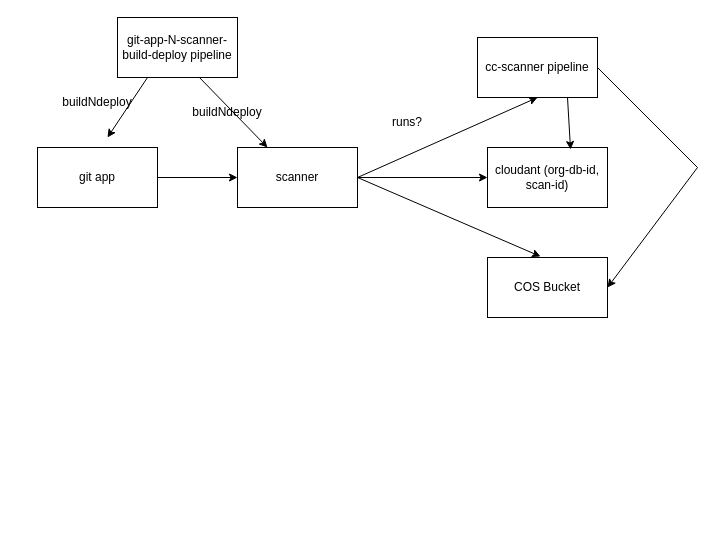
Before: Untitled Diagram.drawio in pandu-test-org/pandu-test-repo, a draw.io diagram. Source tidied: cells renumbered, new cells numbered last; positions are measured from the earlier drawing's top-left corner, leaving out a move shared by most shapes. Both pictures are drawn from the tidied source at 100%, with x=0, y=0 at pixel (37, 17).
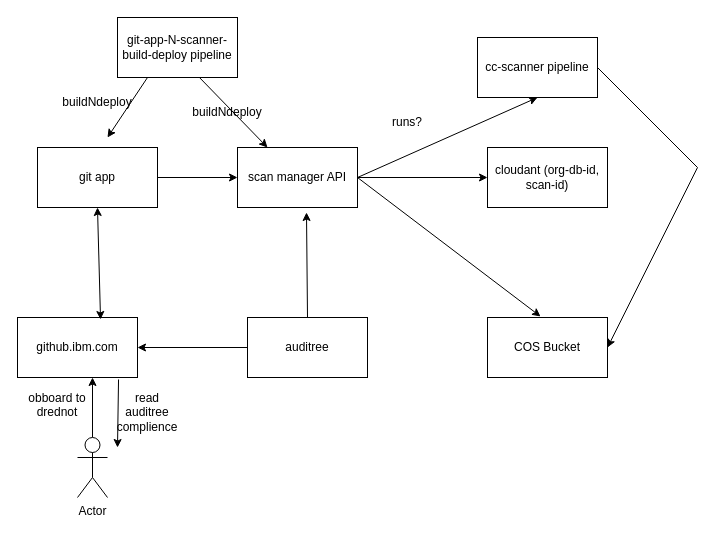
After the change.

Unchanged cells that the change refers to:
```xml
<mxCell id="2" value="git app" style="whiteSpace=wrap;html=1;" parent="1" vertex="1">
  <mxGeometry y="130" width="120" height="60" as="geometry" />
</mxCell>
<mxCell id="4" value="cc-scanner pipeline" style="whiteSpace=wrap;html=1;" parent="1" vertex="1">
  <mxGeometry x="440" y="20" width="120" height="60" as="geometry" />
</mxCell>
<mxCell id="6" value="cloudant (org-db-id, scan-id)" style="whiteSpace=wrap;html=1;" parent="1" vertex="1">
  <mxGeometry x="450" y="130" width="120" height="60" as="geometry" />
</mxCell>
```

Change to the diagram source:
```diff
@@
-    <mxCell id="3" value="scanner" style="whiteSpace=wrap;html=1;" parent="1" vertex="1">
+    <mxCell id="3" value="scan manager API" style="whiteSpace=wrap;html=1;" parent="1" vertex="1">
       <mxGeometry x="200" y="130" width="120" height="60" as="geometry" />
     </mxCell>
@@
     <mxCell id="9" value="COS Bucket" style="whiteSpace=wrap;html=1;" parent="1" vertex="1">
-      <mxGeometry x="450" y="240" width="120" height="60" as="geometry" />
+      <mxGeometry x="450" y="300" width="120" height="60" as="geometry" />
     </mxCell>
@@
-    <mxCell id="18" style="endArrow=classic;html=1;rounded=0;exitX=0.75;exitY=1;exitDx=0;exitDy=0;entryX=0.692;entryY=0.033;entryDx=0;entryDy=0;entryPerimeter=0;" parent="1" edge="1" source="4" target="6">
-      <mxGeometry relative="1" as="geometry" />
-    </mxCell>
@@
+    <mxCell id="20" value="auditree" style="rounded=0;whiteSpace=wrap;html=1;" parent="1" vertex="1">
+      <mxGeometry x="210" y="300" width="120" height="60" as="geometry" />
+    </mxCell>
+    <mxCell id="21" style="endArrow=classic;html=1;rounded=0;exitX=0.5;exitY=0;exitDx=0;exitDy=0;entryX=0.575;entryY=1.083;entryDx=0;entryDy=0;entryPerimeter=0;" parent="1" edge="1" source="20" target="3">
+      <mxGeometry relative="1" as="geometry" />
+    </mxCell>
+    <mxCell id="22" value="&lt;div&gt;github.ibm.com&lt;/div&gt;" style="rounded=0;whiteSpace=wrap;html=1;" parent="1" vertex="1">
+      <mxGeometry x="-20" y="300" width="120" height="60" as="geometry" />
+    </mxCell>
+    <mxCell id="23" style="endArrow=classic;startArrow=classic;html=1;rounded=0;entryX=0.5;entryY=1;entryDx=0;entryDy=0;exitX=0.692;exitY=0.033;exitDx=0;exitDy=0;exitPerimeter=0;" parent="1" edge="1" source="22" target="2">
+      <mxGeometry relative="1" as="geometry" />
+    </mxCell>
+    <mxCell id="24" style="edgeStyle=orthogonalEdgeStyle;rounded=0;jettySize=auto;html=1;" parent="1" edge="1" source="25">
+      <mxGeometry relative="1" as="geometry">
+        <mxPoint x="55" y="360" as="targetPoint" />
+      </mxGeometry>
+    </mxCell>
+    <mxCell id="25" value="Actor" style="shape=umlActor;verticalLabelPosition=bottom;verticalAlign=top;html=1;" parent="1" vertex="1">
+      <mxGeometry x="40" y="420" width="30" height="60" as="geometry" />
+    </mxCell>
+    <mxCell id="26" style="endArrow=classic;html=1;rounded=0;exitX=0;exitY=0.5;exitDx=0;exitDy=0;entryX=1;entryY=0.5;entryDx=0;entryDy=0;" parent="1" edge="1" source="20" target="22">
+      <mxGeometry relative="1" as="geometry" />
+    </mxCell>
+    <mxCell id="27" value="&lt;div&gt;obboard to drednot&lt;/div&gt;&lt;div&gt;&lt;br&gt;&lt;/div&gt;" style="text;html=1;strokeColor=none;fillColor=none;align=center;verticalAlign=middle;whiteSpace=wrap;rounded=0;" parent="1" vertex="1">
+      <mxGeometry x="-10" y="380" width="60" height="30" as="geometry" />
+    </mxCell>
+    <mxCell id="28" style="endArrow=classic;html=1;rounded=0;exitX=0.842;exitY=1.033;exitDx=0;exitDy=0;exitPerimeter=0;" parent="1" edge="1" source="22">
+      <mxGeometry relative="1" as="geometry">
+        <mxPoint x="80" y="430" as="targetPoint" />
+      </mxGeometry>
+    </mxCell>
+    <mxCell id="29" value="&lt;div&gt;read auditree complience&lt;/div&gt;" style="text;html=1;strokeColor=none;fillColor=none;align=center;verticalAlign=middle;whiteSpace=wrap;rounded=0;" parent="1" vertex="1">
+      <mxGeometry x="80" y="380" width="60" height="30" as="geometry" />
+    </mxCell>
```
